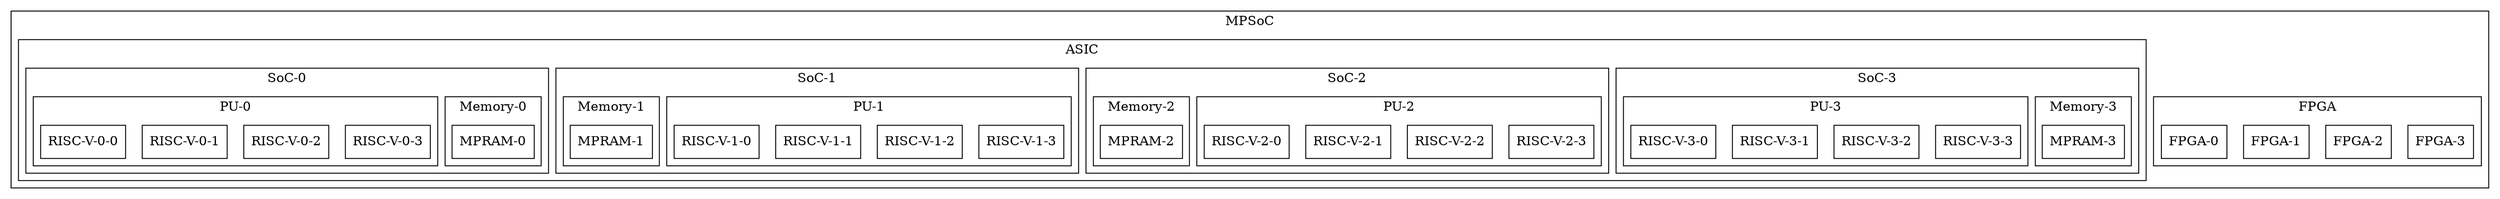
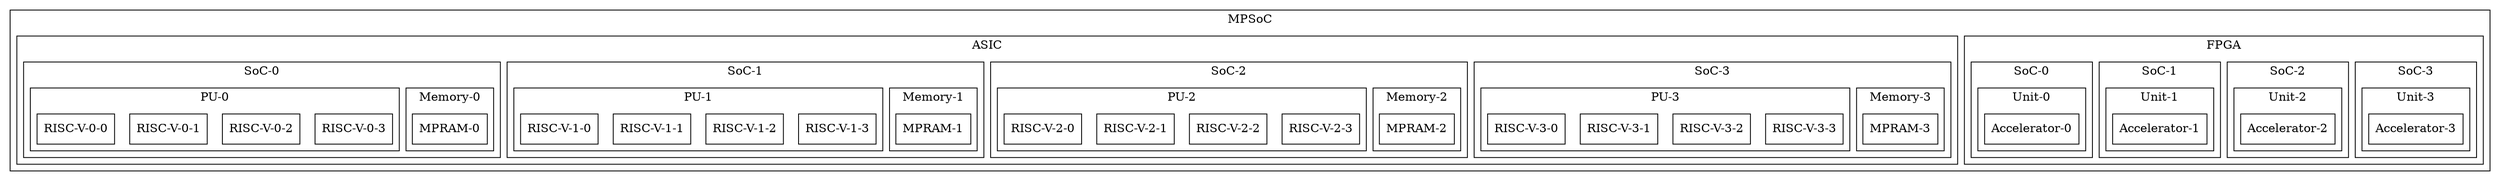
digraph Project {
  // Introduction
  graph [splines=ortho];
  node[shape=record];

  // Blocks
  subgraph "cluster MPSoC" { label = "MPSoC";
    subgraph "cluster FPGA" { label = "FPGA";
-       FPGA3[shape=box, label="FPGA-3"];
-       FPGA2[shape=box, label="FPGA-2"];
-       FPGA1[shape=box, label="FPGA-1"];
-       FPGA0[shape=box, label="FPGA-0"];
+       subgraph "cluster SoC3" { label = "SoC-3";
+         subgraph "cluster Unit3" {label = "Unit-3";
+           Accelerator3[shape=box, label="Accelerator-3"];
+         }
+       }
+       subgraph "cluster SoC2" { label = "SoC-2";
+         subgraph "cluster Unit2" {label = "Unit-2";
+           Accelerator2[shape=box, label="Accelerator-2"];
+         }
+       }
+       subgraph "cluster SoC1" { label = "SoC-1";
+         subgraph "cluster Unit1" {label = "Unit-1";
+           Accelerator1[shape=box, label="Accelerator-1"];
+         }
+       }
+       subgraph "cluster SoC0" { label = "SoC-0";
+         subgraph "cluster Unit0" {label = "Unit-0";
+           Accelerator0[shape=box, label="Accelerator-0"];
+         }
+       }
    }
    subgraph "cluster ASIC" { label = "ASIC";
      subgraph "cluster SoC3" { label = "SoC-3";
        subgraph "cluster Memory3" {label = "Memory-3";
          MPRAM3[shape=box, label="MPRAM-3"];
        }
-         subgraph "cluster PU" { label = "PU-3";
+         subgraph "cluster PU3" { label = "PU-3";
          RISCV33[shape=box, label="RISC-V-3-3"];
          RISCV32[shape=box, label="RISC-V-3-2"];
          RISCV31[shape=box, label="RISC-V-3-1"];
          RISCV30[shape=box, label="RISC-V-3-0"];
        }
      }
      subgraph "cluster SoC2" { label = "SoC-2";
        subgraph "cluster Memory2" {label = "Memory-2";
          MPRAM2[shape=box, label="MPRAM-2"];
        }
-         subgraph "cluster PU" { label = "PU-2";
+         subgraph "cluster PU2" { label = "PU-2";
          RISCV23[shape=box, label="RISC-V-2-3"];
          RISCV22[shape=box, label="RISC-V-2-2"];
          RISCV21[shape=box, label="RISC-V-2-1"];
          RISCV20[shape=box, label="RISC-V-2-0"];
        }
      }
      subgraph "cluster SoC1" { label = "SoC-1";
        subgraph "cluster Memory1" {label = "Memory-1";
          MPRAM1[shape=box, label="MPRAM-1"];
        }
-         subgraph "cluster PU" { label = "PU-1";
+         subgraph "cluster PU1" { label = "PU-1";
          RISCV13[shape=box, label="RISC-V-1-3"];
          RISCV12[shape=box, label="RISC-V-1-2"];
          RISCV11[shape=box, label="RISC-V-1-1"];
          RISCV10[shape=box, label="RISC-V-1-0"];
        }
      }
      subgraph "cluster SoC0" { label = "SoC-0";
        subgraph "cluster Memory0" { label = "Memory-0";
          MPRAM0[shape=box, label="MPRAM-0"];
        }
        subgraph "cluster PU0" { label = "PU-0";
          RISCV03[shape=box, label="RISC-V-0-3"];
          RISCV02[shape=box, label="RISC-V-0-2"];
          RISCV01[shape=box, label="RISC-V-0-1"];
          RISCV00[shape=box, label="RISC-V-0-0"];
        }
      }
    }
  }

  // Sequence
}
